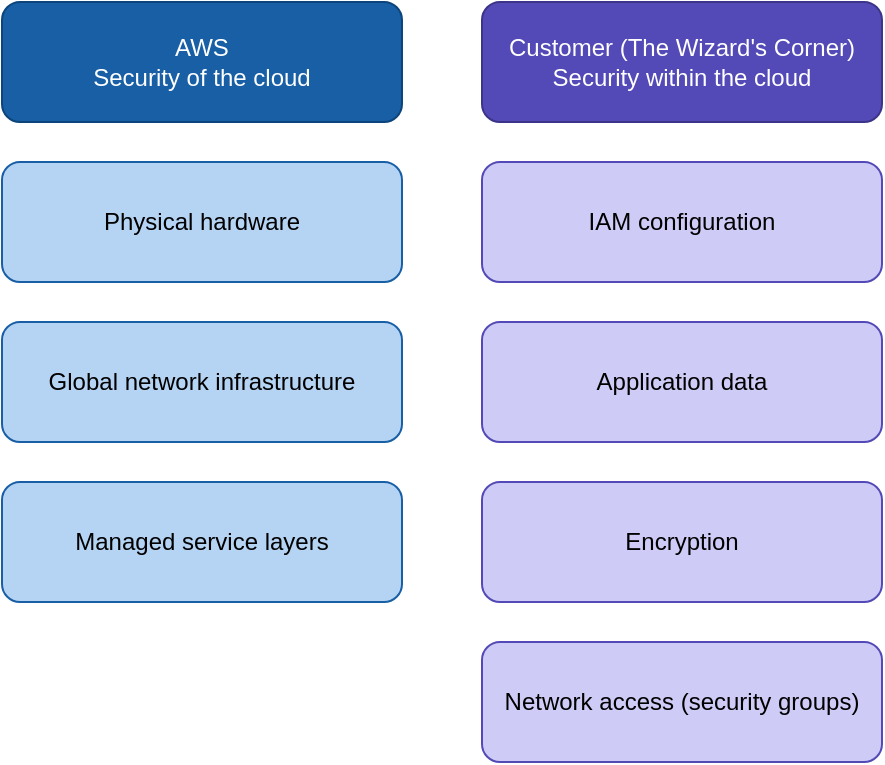
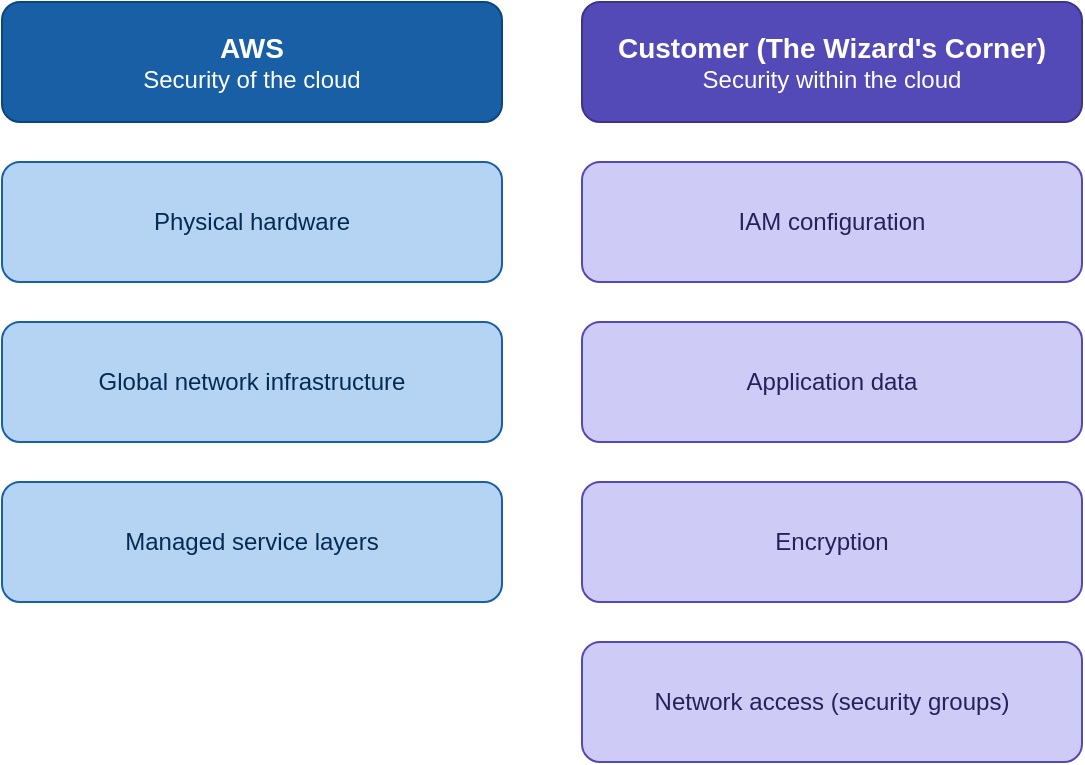
<mxfile host="app.diagrams.net">
  <diagram name="Page-1" id="aWAIPDW9-l7cAztTikrX">
    <mxGraphModel dx="1174" dy="635" grid="1" gridSize="10" guides="1" tooltips="1" connect="1" arrows="1" fold="1" page="1" pageScale="1" pageWidth="850" pageHeight="1100" math="0" shadow="0">
      <root>
        <mxCell id="0" />
        <mxCell id="1" parent="0" />
-         <mxCell id="unACmiRd4EjRlyT-_z9m-1" parent="1" style="rounded=1;whiteSpace=wrap;html=1;fillColor=#185FA5;strokeColor=#0C447C;fontColor=#FFFFFF;" value="&lt;div&gt;AWS&lt;/div&gt;&lt;div&gt;Security of the cloud&lt;/div&gt;" vertex="1">
-           <mxGeometry height="60" width="200" x="200" y="300" as="geometry" />
+         <mxCell id="unACmiRd4EjRlyT-_z9m-1" parent="1" style="rounded=1;whiteSpace=wrap;html=1;fillColor=#185FA5;strokeColor=#0C447C;fontColor=#FFFFFF;" value="&lt;div&gt;&lt;b&gt;&lt;font style=&quot;font-size: 14px;&quot;&gt;AWS&lt;/font&gt;&lt;/b&gt;&lt;/div&gt;&lt;div&gt;Security of the cloud&lt;/div&gt;" vertex="1">
+           <mxGeometry height="60" width="250" x="150" y="300" as="geometry" />
        </mxCell>
-         <mxCell id="unACmiRd4EjRlyT-_z9m-2" parent="1" style="rounded=1;whiteSpace=wrap;html=1;fillColor=#B5D4F4;strokeColor=#185FA5;fontColor=#000000;" value="Physical hardware" vertex="1">
-           <mxGeometry height="60" width="200" x="200" y="380" as="geometry" />
+         <mxCell id="unACmiRd4EjRlyT-_z9m-2" parent="1" style="rounded=1;whiteSpace=wrap;html=1;fillColor=#B5D4F4;strokeColor=#185FA5;fontColor=#042C53;" value="Physical hardware" vertex="1">
+           <mxGeometry height="60" width="250" x="150" y="380" as="geometry" />
        </mxCell>
-         <mxCell id="unACmiRd4EjRlyT-_z9m-3" parent="1" style="rounded=1;whiteSpace=wrap;html=1;fillColor=#B5D4F4;strokeColor=#185FA5;fontColor=#000000;" value="Global network infrastructure" vertex="1">
-           <mxGeometry height="60" width="200" x="200" y="460" as="geometry" />
+         <mxCell id="unACmiRd4EjRlyT-_z9m-3" parent="1" style="rounded=1;whiteSpace=wrap;html=1;fillColor=#B5D4F4;strokeColor=#185FA5;fontColor=#042C53;" value="Global network infrastructure" vertex="1">
+           <mxGeometry height="60" width="250" x="150" y="460" as="geometry" />
        </mxCell>
-         <mxCell id="unACmiRd4EjRlyT-_z9m-4" parent="1" style="rounded=1;whiteSpace=wrap;html=1;fillColor=#CECBF6;strokeColor=#534AB7;fontColor=default;" value="IAM configuration" vertex="1">
-           <mxGeometry height="60" width="200" x="440" y="380" as="geometry" />
+         <mxCell id="unACmiRd4EjRlyT-_z9m-4" parent="1" style="rounded=1;whiteSpace=wrap;html=1;fillColor=#CECBF6;strokeColor=#534AB7;fontColor=#26215C;" value="IAM configuration" vertex="1">
+           <mxGeometry height="60" width="250" x="440" y="380" as="geometry" />
        </mxCell>
-         <mxCell id="unACmiRd4EjRlyT-_z9m-5" parent="1" style="rounded=1;whiteSpace=wrap;html=1;fillColor=#534AB7;strokeColor=#3C3489;fontColor=#FFFFFF;" value="&lt;div&gt;Customer (The Wizard&#39;s Corner)&lt;/div&gt;&lt;div&gt;Security within the cloud&lt;/div&gt;" vertex="1">
-           <mxGeometry height="60" width="200" x="440" y="300" as="geometry" />
+         <mxCell id="unACmiRd4EjRlyT-_z9m-5" parent="1" style="rounded=1;whiteSpace=wrap;html=1;fillColor=#534AB7;strokeColor=#3C3489;fontColor=#FFFFFF;" value="&lt;div&gt;&lt;font style=&quot;font-size: 14px;&quot;&gt;&lt;b&gt;Customer (The Wizard&#39;s Corner)&lt;/b&gt;&lt;/font&gt;&lt;/div&gt;&lt;div&gt;Security within the cloud&lt;/div&gt;" vertex="1">
+           <mxGeometry height="60" width="250" x="440" y="300" as="geometry" />
        </mxCell>
-         <mxCell id="unACmiRd4EjRlyT-_z9m-6" parent="1" style="rounded=1;whiteSpace=wrap;html=1;fillColor=#CECBF6;strokeColor=#534AB7;" value="Application data" vertex="1">
-           <mxGeometry height="60" width="200" x="440" y="460" as="geometry" />
+         <mxCell id="unACmiRd4EjRlyT-_z9m-6" parent="1" style="rounded=1;whiteSpace=wrap;html=1;fillColor=#CECBF6;strokeColor=#534AB7;fontColor=#26215C;" value="Application data" vertex="1">
+           <mxGeometry height="60" width="250" x="440" y="460" as="geometry" />
        </mxCell>
-         <mxCell id="unACmiRd4EjRlyT-_z9m-7" parent="1" style="rounded=1;whiteSpace=wrap;html=1;fillColor=#CECBF6;strokeColor=#534AB7;" value="Encryption" vertex="1">
-           <mxGeometry height="60" width="200" x="440" y="540" as="geometry" />
+         <mxCell id="unACmiRd4EjRlyT-_z9m-7" parent="1" style="rounded=1;whiteSpace=wrap;html=1;fillColor=#CECBF6;strokeColor=#534AB7;fontColor=#26215C;" value="Encryption" vertex="1">
+           <mxGeometry height="60" width="250" x="440" y="540" as="geometry" />
        </mxCell>
-         <mxCell id="unACmiRd4EjRlyT-_z9m-8" parent="1" style="rounded=1;whiteSpace=wrap;html=1;fillColor=#B5D4F4;strokeColor=#185FA5;fontColor=#000000;" value="Managed service layers" vertex="1">
-           <mxGeometry height="60" width="200" x="200" y="540" as="geometry" />
+         <mxCell id="unACmiRd4EjRlyT-_z9m-8" parent="1" style="rounded=1;whiteSpace=wrap;html=1;fillColor=#B5D4F4;strokeColor=#185FA5;fontColor=#042C53;" value="Managed service layers" vertex="1">
+           <mxGeometry height="60" width="250" x="150" y="540" as="geometry" />
        </mxCell>
-         <mxCell id="unACmiRd4EjRlyT-_z9m-9" parent="1" style="rounded=1;whiteSpace=wrap;html=1;fillColor=#CECBF6;strokeColor=#534AB7;" value="Network access (security groups)" vertex="1">
-           <mxGeometry height="60" width="200" x="440" y="620" as="geometry" />
+         <mxCell id="unACmiRd4EjRlyT-_z9m-9" parent="1" style="rounded=1;whiteSpace=wrap;html=1;fillColor=#CECBF6;strokeColor=#534AB7;fontColor=#26215C;" value="Network access (security groups)" vertex="1">
+           <mxGeometry height="60" width="250" x="440" y="620" as="geometry" />
        </mxCell>
      </root>
    </mxGraphModel>
  </diagram>
</mxfile>
